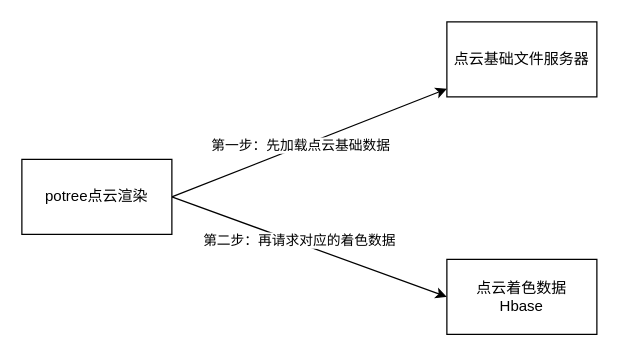
Above: 点云加载及渲染流程.drawio in wangyufei0807/draw (draw.io), before the change. Source tidied: cells renumbered, new cells numbered last; positions are measured from the earlier drawing's top-left corner, leaving out a move shared by most shapes. Both pictures are drawn from the tidied source at 125%, with x=0, y=0 at pixel (21, 21).
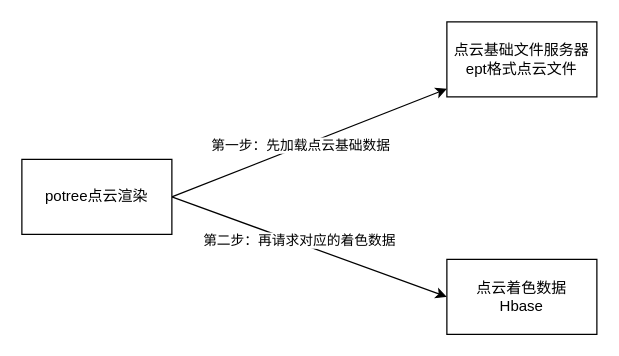
The same diagram, later.

Commit message (it also covers changes not shown here):
更新点云加载及渲染流程.drawio

What changed in the source:
```diff
@@
 <mxGraphModel>
   <root>
     <mxCell id="0" />
     <mxCell id="1" parent="0" />
     <mxCell id="2" style="rounded=0;jettySize=auto;html=1;exitX=1;exitY=0.5;exitDx=0;exitDy=0;" parent="1" edge="1" source="6" target="7">
       <mxGeometry relative="1" as="geometry" />
     </mxCell>
     <mxCell id="3" value="第一步：先加载点云基础数据" style="edgeLabel;html=1;align=center;verticalAlign=middle;" parent="2" vertex="1">
       <mxGeometry x="-0.07" y="1" relative="1" as="geometry" />
     </mxCell>
     <mxCell id="4" style="rounded=0;jettySize=auto;html=1;exitX=1;exitY=0.5;exitDx=0;exitDy=0;entryX=0;entryY=0.5;entryDx=0;entryDy=0;" parent="1" edge="1" source="6" target="8">
       <mxGeometry relative="1" as="geometry" />
     </mxCell>
     <mxCell id="5" value="第二步：再请求对应的着色数据" style="edgeLabel;html=1;align=center;verticalAlign=middle;" parent="4" vertex="1">
       <mxGeometry x="-0.09" y="2" relative="1" as="geometry" />
     </mxCell>
     <mxCell id="6" value="potree点云渲染" style="rounded=0;whiteSpace=wrap;html=1;" parent="1" vertex="1">
       <mxGeometry y="110" width="120" height="60" as="geometry" />
     </mxCell>
-    <mxCell id="7" value="点云基础文件服务器" style="rounded=0;whiteSpace=wrap;html=1;" parent="1" vertex="1">
+    <mxCell id="7" value="点云基础文件服务器&lt;br&gt;ept格式点云文件" style="rounded=0;whiteSpace=wrap;html=1;" parent="1" vertex="1">
       <mxGeometry x="340" width="120" height="60" as="geometry" />
     </mxCell>
     <mxCell id="8" value="点云着色数据&lt;br&gt;Hbase" style="rounded=0;whiteSpace=wrap;html=1;" parent="1" vertex="1">
       <mxGeometry x="340" y="190" width="120" height="60" as="geometry" />
     </mxCell>
   </root>
 </mxGraphModel>
```
